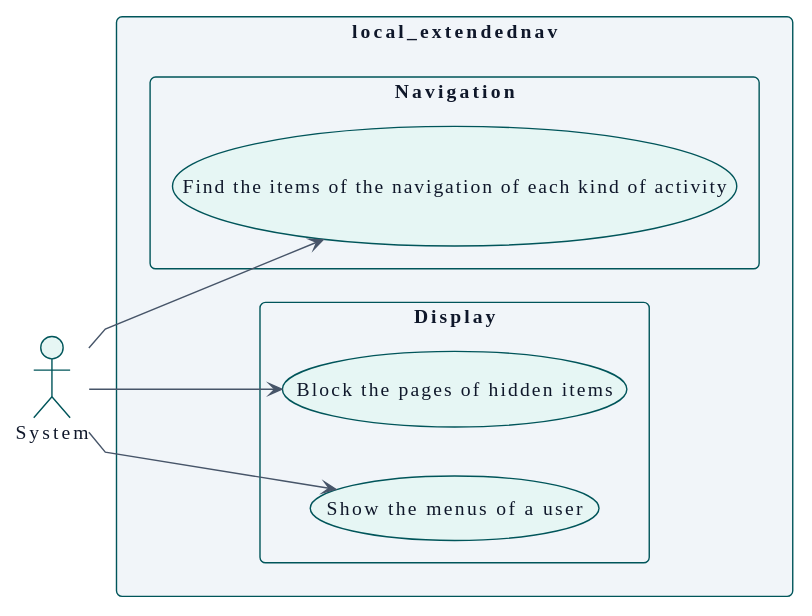
Earlier version of the PlantUML export docs/en/technical/requirements/use-cases-system.svg (didactika/moodle-local_extendednav).
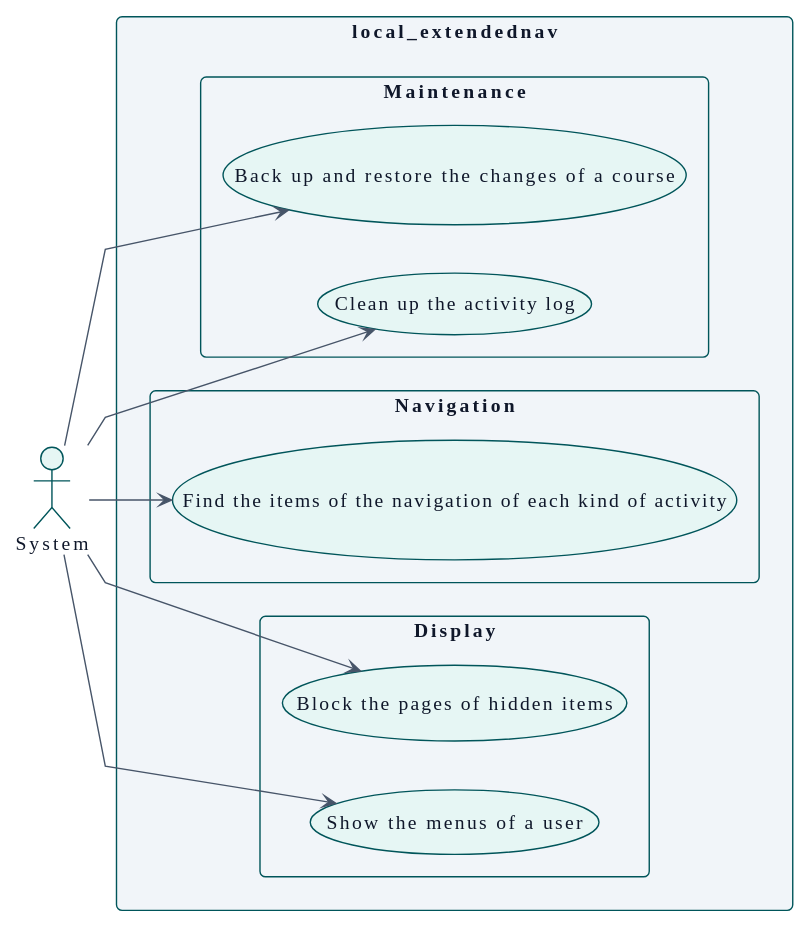
After the commit.

The edit, as a diff of the source:
```diff
@@ -116,9 +116,15 @@
   package "Navigation" {
     usecase "Find the items of the navigation of each kind of activity" as UC_discoverActivityItems
   }
+  package "Maintenance" {
+    usecase "Clean up the activity log" as UC_cleanActivityLog
+    usecase "Back up and restore the changes of a course" as UC_backUpChanges
+  }
 }
 
 A_System --> UC_showMenus
 A_System --> UC_blockUrl
 A_System --> UC_discoverActivityItems
+A_System --> UC_cleanActivityLog
+A_System --> UC_backUpChanges
 @enduml
```
